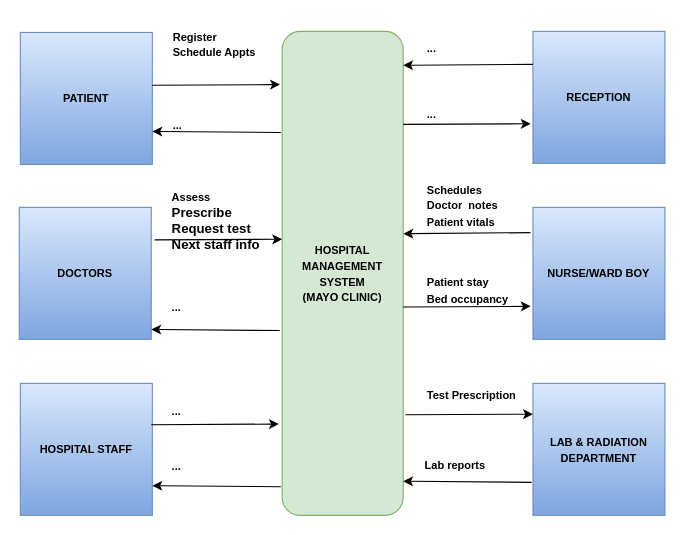
The draw.io diagram page "Context Diagram" (2 of 7) of HMS.drawio in ysebega/ysebega, before the edit. Source tidied: cells renumbered, new cells numbered last; positions are measured from the earlier drawing's top-left corner, leaving out a move shared by most shapes. Both pictures are drawn from the tidied source at 110%, with x=0, y=0 at pixel (19, 19).
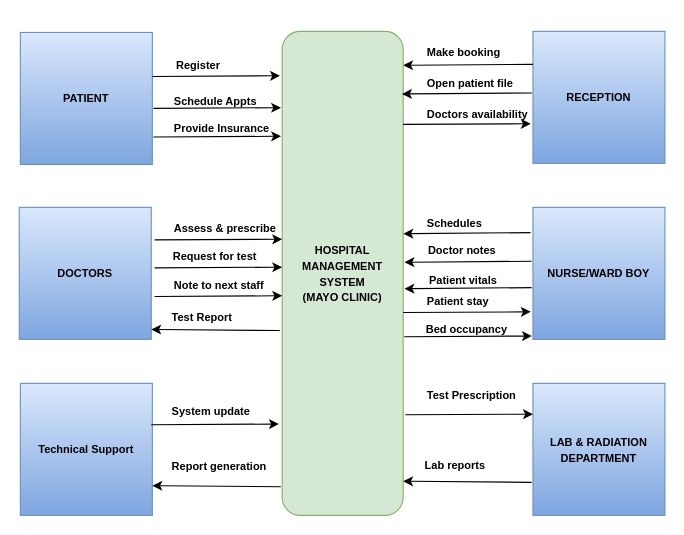
Above is the later version.

Unchanged cells that the change refers to:
```xml
<mxCell id="2" value="&lt;b&gt;&lt;font style=&quot;font-size: 10px;&quot;&gt;PATIENT&lt;/font&gt;&lt;/b&gt;" style="whiteSpace=wrap;html=1;fillColor=#dae8fc;strokeColor=#6c8ebf;gradientColor=#7EA6E0;" parent="1" vertex="1">
  <mxGeometry x="1" y="12" width="120" height="120" as="geometry" />
</mxCell>
<mxCell id="3" value="&lt;span style=&quot;font-size: 10px;&quot;&gt;&lt;b&gt;HOSPITAL&lt;br&gt;MANAGEMENT&lt;br&gt;SYSTEM&lt;br&gt;(MAYO CLINIC)&lt;br&gt;&lt;/b&gt;&lt;/span&gt;" style="rounded=1;whiteSpace=wrap;html=1;fillColor=#d5e8d4;strokeColor=#82b366;fillStyle=auto;" parent="1" vertex="1">
  <mxGeometry x="239" y="11" width="110" height="440" as="geometry" />
</mxCell>
```

Diff of the diagram source:
```diff
@@
     <mxCell id="6" style="endArrow=classic;html=1;rounded=0;exitX=1;exitY=0.25;exitDx=0;exitDy=0;entryX=-0.018;entryY=0.069;entryDx=0;entryDy=0;entryPerimeter=0;" parent="1" edge="1">
       <mxGeometry relative="1" as="geometry">
-        <mxPoint x="121" y="60" as="sourcePoint" />
-        <mxPoint x="237" y="59.4" as="targetPoint" />
+        <mxPoint x="121" y="52" as="sourcePoint" />
+        <mxPoint x="237" y="51.4" as="targetPoint" />
       </mxGeometry>
     </mxCell>
-    <mxCell id="7" style="endArrow=classic;html=1;rounded=0;exitX=-0.011;exitY=0.209;exitDx=0;exitDy=0;entryX=1;entryY=0.75;entryDx=0;entryDy=0;exitPerimeter=0;" parent="1" edge="1" source="3" target="2">
-      <mxGeometry relative="1" as="geometry" />
-    </mxCell>
-    <mxCell id="8" value="&lt;b&gt;&lt;font style=&quot;font-size: 10px;&quot;&gt;HOSPITAL STAFF&lt;/font&gt;&lt;/b&gt;" style="whiteSpace=wrap;html=1;fillColor=#dae8fc;strokeColor=#6c8ebf;gradientColor=#7ea6e0;" parent="1" vertex="1">
+    <mxCell id="8" value="&lt;b&gt;&lt;font style=&quot;font-size: 10px;&quot;&gt;Technical Support&lt;/font&gt;&lt;/b&gt;" style="whiteSpace=wrap;html=1;fillColor=#dae8fc;strokeColor=#6c8ebf;gradientColor=#7ea6e0;" parent="1" vertex="1">
       <mxGeometry x="1" y="331" width="120" height="120" as="geometry" />
     </mxCell>
@@
-    <mxCell id="10" value="&lt;font style=&quot;font-size: 10px;&quot;&gt;Register&lt;br&gt;Schedule Appts&lt;br&gt;&lt;br&gt;&lt;/font&gt;" style="text;html=1;strokeColor=none;fillColor=none;align=left;verticalAlign=middle;whiteSpace=wrap;rounded=0;fontStyle=1;" parent="1" vertex="1">
-      <mxGeometry x="138" width="90" height="60" as="geometry" />
+    <mxCell id="10" value="&lt;font style=&quot;font-size: 10px;&quot;&gt;Register&lt;br&gt;&lt;/font&gt;" style="text;html=1;strokeColor=none;fillColor=none;align=left;verticalAlign=middle;whiteSpace=wrap;rounded=0;fontStyle=1;" parent="1" vertex="1">
+      <mxGeometry x="141" y="32" width="90" height="20" as="geometry" />
     </mxCell>
-    <mxCell id="11" value="&lt;span style=&quot;font-size: 10px;&quot;&gt;...&lt;/span&gt;" style="text;html=1;strokeColor=none;fillColor=none;align=left;verticalAlign=middle;whiteSpace=wrap;rounded=0;fontStyle=1;" parent="1" vertex="1">
-      <mxGeometry x="138" y="81" width="90" height="29" as="geometry" />
-    </mxCell>
@@
     <mxCell id="18" style="endArrow=classic;html=1;rounded=0;exitX=1;exitY=0.25;exitDx=0;exitDy=0;entryX=-0.018;entryY=0.069;entryDx=0;entryDy=0;entryPerimeter=0;" parent="1" edge="1">
       <mxGeometry relative="1" as="geometry">
-        <mxPoint x="349" y="261.6" as="sourcePoint" />
-        <mxPoint x="465" y="261" as="targetPoint" />
+        <mxPoint x="349" y="266.6" as="sourcePoint" />
+        <mxPoint x="465" y="266" as="targetPoint" />
       </mxGeometry>
     </mxCell>
@@
-    <mxCell id="20" value="&lt;span style=&quot;font-size: 10px;&quot;&gt;Assess&lt;br&gt;&lt;/span&gt;Prescribe&lt;br&gt;Request test&lt;br&gt;Next staff info&lt;br&gt;" style="text;html=1;strokeColor=none;fillColor=none;align=left;verticalAlign=middle;whiteSpace=wrap;rounded=0;fontStyle=1;" parent="1" vertex="1">
-      <mxGeometry x="137" y="168" width="90" height="29" as="geometry" />
-    </mxCell>
-    <mxCell id="21" value="&lt;span style=&quot;font-size: 10px;&quot;&gt;...&lt;br&gt;&lt;/span&gt;" style="text;html=1;strokeColor=none;fillColor=none;align=left;verticalAlign=middle;whiteSpace=wrap;rounded=0;fontStyle=1;" parent="1" vertex="1">
-      <mxGeometry x="137" y="242" width="102" height="39" as="geometry" />
+    <mxCell id="21" value="&lt;span style=&quot;font-size: 10px;&quot;&gt;Test Report&lt;br&gt;&lt;/span&gt;" style="text;html=1;strokeColor=none;fillColor=none;align=left;verticalAlign=middle;whiteSpace=wrap;rounded=0;fontStyle=1;" parent="1" vertex="1">
+      <mxGeometry x="137" y="260" width="102" height="21" as="geometry" />
     </mxCell>
-    <mxCell id="22" value="&lt;span style=&quot;font-size: 10px;&quot;&gt;...&lt;/span&gt;" style="text;html=1;strokeColor=none;fillColor=none;align=left;verticalAlign=middle;whiteSpace=wrap;rounded=0;fontStyle=1;" parent="1" vertex="1">
+    <mxCell id="22" value="&lt;span style=&quot;font-size: 10px;&quot;&gt;System update&lt;/span&gt;" style="text;html=1;strokeColor=none;fillColor=none;align=left;verticalAlign=middle;whiteSpace=wrap;rounded=0;fontStyle=1;" parent="1" vertex="1">
       <mxGeometry x="137" y="341" width="90" height="29" as="geometry" />
     </mxCell>
-    <mxCell id="23" value="&lt;span style=&quot;font-size: 10px;&quot;&gt;...&lt;/span&gt;" style="text;html=1;strokeColor=none;fillColor=none;align=left;verticalAlign=middle;whiteSpace=wrap;rounded=0;fontStyle=1;" parent="1" vertex="1">
+    <mxCell id="23" value="&lt;span style=&quot;font-size: 10px;&quot;&gt;Report generation&lt;/span&gt;" style="text;html=1;strokeColor=none;fillColor=none;align=left;verticalAlign=middle;whiteSpace=wrap;rounded=0;fontStyle=1;" parent="1" vertex="1">
       <mxGeometry x="137" y="391" width="90" height="29" as="geometry" />
     </mxCell>
-    <mxCell id="24" value="&lt;span style=&quot;font-size: 10px;&quot;&gt;...&lt;/span&gt;" style="text;html=1;strokeColor=none;fillColor=none;align=left;verticalAlign=middle;whiteSpace=wrap;rounded=0;fontStyle=1;" parent="1" vertex="1">
-      <mxGeometry x="369" y="11" width="90" height="29" as="geometry" />
+    <mxCell id="24" value="&lt;span style=&quot;font-size: 10px;&quot;&gt;Make booking&lt;/span&gt;" style="text;html=1;strokeColor=none;fillColor=none;align=left;verticalAlign=middle;whiteSpace=wrap;rounded=0;fontStyle=1;" parent="1" vertex="1">
+      <mxGeometry x="369" y="15" width="90" height="29" as="geometry" />
     </mxCell>
-    <mxCell id="25" value="&lt;span style=&quot;font-size: 10px;&quot;&gt;...&lt;/span&gt;" style="text;html=1;strokeColor=none;fillColor=none;align=left;verticalAlign=middle;whiteSpace=wrap;rounded=0;fontStyle=1;" parent="1" vertex="1">
-      <mxGeometry x="369" y="71" width="90" height="29" as="geometry" />
+    <mxCell id="25" value="&lt;span style=&quot;font-size: 10px;&quot;&gt;Doctors availability&lt;/span&gt;" style="text;html=1;strokeColor=none;fillColor=none;align=left;verticalAlign=middle;whiteSpace=wrap;rounded=0;fontStyle=1;" parent="1" vertex="1">
+      <mxGeometry x="369" y="71" width="100" height="29" as="geometry" />
     </mxCell>
-    <mxCell id="26" value="&lt;span style=&quot;font-size: 10px;&quot;&gt;Schedules&lt;br&gt;Doctor&amp;nbsp; notes&lt;br&gt;Patient vitals&lt;br&gt;&lt;br&gt;&lt;/span&gt;" style="text;html=1;strokeColor=none;fillColor=none;align=left;verticalAlign=middle;whiteSpace=wrap;rounded=0;fontStyle=1;" parent="1" vertex="1">
-      <mxGeometry x="369" y="151" width="90" height="49" as="geometry" />
-    </mxCell>
-    <mxCell id="27" value="&lt;span style=&quot;font-size: 10px;&quot;&gt;Patient stay&lt;br&gt;Bed occupancy&lt;br&gt;&lt;/span&gt;" style="text;html=1;strokeColor=none;fillColor=none;align=left;verticalAlign=middle;whiteSpace=wrap;rounded=0;fontStyle=1;" parent="1" vertex="1">
-      <mxGeometry x="369" y="231" width="90" height="29" as="geometry" />
+    <mxCell id="27" value="&lt;span style=&quot;font-size: 10px;&quot;&gt;Patient stay&lt;br&gt;&lt;/span&gt;" style="text;html=1;strokeColor=none;fillColor=none;align=left;verticalAlign=middle;whiteSpace=wrap;rounded=0;fontStyle=1;" parent="1" vertex="1">
+      <mxGeometry x="369" y="241" width="90" height="29" as="geometry" />
     </mxCell>
@@
+    <mxCell id="33" style="endArrow=classic;html=1;rounded=0;exitX=1;exitY=0.25;exitDx=0;exitDy=0;entryX=-0.018;entryY=0.069;entryDx=0;entryDy=0;entryPerimeter=0;" parent="1" edge="1">
+      <mxGeometry relative="1" as="geometry">
+        <mxPoint x="122" y="81" as="sourcePoint" />
+        <mxPoint x="238" y="80.4" as="targetPoint" />
+      </mxGeometry>
+    </mxCell>
+    <mxCell id="34" style="endArrow=classic;html=1;rounded=0;exitX=1;exitY=0.25;exitDx=0;exitDy=0;entryX=-0.018;entryY=0.069;entryDx=0;entryDy=0;entryPerimeter=0;" parent="1" edge="1">
+      <mxGeometry relative="1" as="geometry">
+        <mxPoint x="122" y="107" as="sourcePoint" />
+        <mxPoint x="238" y="106.4" as="targetPoint" />
+      </mxGeometry>
+    </mxCell>
+    <mxCell id="35" value="&lt;font style=&quot;font-size: 10px;&quot;&gt;Schedule Appts&lt;br&gt;&lt;/font&gt;" style="text;html=1;strokeColor=none;fillColor=none;align=left;verticalAlign=middle;whiteSpace=wrap;rounded=0;fontStyle=1;" parent="1" vertex="1">
+      <mxGeometry x="139" y="52" width="90" height="44" as="geometry" />
+    </mxCell>
+    <mxCell id="36" value="&lt;font style=&quot;font-size: 10px;&quot;&gt;Provide Insurance&lt;br&gt;&lt;/font&gt;" style="text;html=1;strokeColor=none;fillColor=none;align=left;verticalAlign=middle;whiteSpace=wrap;rounded=0;fontStyle=1;" parent="1" vertex="1">
+      <mxGeometry x="139" y="82" width="90" height="33" as="geometry" />
+    </mxCell>
+    <mxCell id="37" style="endArrow=classic;html=1;rounded=0;exitX=1;exitY=0.25;exitDx=0;exitDy=0;entryX=-0.018;entryY=0.069;entryDx=0;entryDy=0;entryPerimeter=0;" parent="1" edge="1">
+      <mxGeometry relative="1" as="geometry">
+        <mxPoint x="123" y="226" as="sourcePoint" />
+        <mxPoint x="239" y="225.4" as="targetPoint" />
+      </mxGeometry>
+    </mxCell>
+    <mxCell id="38" style="endArrow=classic;html=1;rounded=0;exitX=1;exitY=0.25;exitDx=0;exitDy=0;entryX=-0.018;entryY=0.069;entryDx=0;entryDy=0;entryPerimeter=0;" parent="1" edge="1">
+      <mxGeometry relative="1" as="geometry">
+        <mxPoint x="123" y="252" as="sourcePoint" />
+        <mxPoint x="239" y="251.4" as="targetPoint" />
+      </mxGeometry>
+    </mxCell>
+    <mxCell id="39" value="&lt;font style=&quot;font-size: 10px;&quot;&gt;Assess &amp;amp; prescribe&lt;br&gt;&lt;/font&gt;" style="text;html=1;strokeColor=none;fillColor=none;align=left;verticalAlign=middle;whiteSpace=wrap;rounded=0;fontStyle=1;" parent="1" vertex="1">
+      <mxGeometry x="139" y="180" width="100" height="20" as="geometry" />
+    </mxCell>
+    <mxCell id="40" value="&lt;font style=&quot;font-size: 10px;&quot;&gt;Request for test&lt;br&gt;&lt;/font&gt;" style="text;html=1;strokeColor=none;fillColor=none;align=left;verticalAlign=middle;whiteSpace=wrap;rounded=0;fontStyle=1;" parent="1" vertex="1">
+      <mxGeometry x="138" y="205" width="90" height="20" as="geometry" />
+    </mxCell>
+    <mxCell id="41" value="&lt;font style=&quot;font-size: 10px;&quot;&gt;Note to next staff&lt;br&gt;&lt;/font&gt;" style="text;html=1;strokeColor=none;fillColor=none;align=left;verticalAlign=middle;whiteSpace=wrap;rounded=0;fontStyle=1;" parent="1" vertex="1">
+      <mxGeometry x="139" y="232" width="90" height="20" as="geometry" />
+    </mxCell>
+    <mxCell id="42" style="endArrow=classic;html=1;rounded=0;fontSize=10;entryX=1.029;entryY=0.418;entryDx=0;entryDy=0;entryPerimeter=0;exitX=0;exitY=0.25;exitDx=0;exitDy=0;" parent="1" edge="1">
+      <mxGeometry relative="1" as="geometry">
+        <mxPoint x="466" y="67" as="sourcePoint" />
+        <mxPoint x="348" y="67.9" as="targetPoint" />
+      </mxGeometry>
+    </mxCell>
+    <mxCell id="43" value="&lt;span style=&quot;font-size: 10px;&quot;&gt;Open patient file&lt;/span&gt;" style="text;html=1;strokeColor=none;fillColor=none;align=left;verticalAlign=middle;whiteSpace=wrap;rounded=0;fontStyle=1;" parent="1" vertex="1">
+      <mxGeometry x="369" y="43" width="90" height="29" as="geometry" />
+    </mxCell>
+    <mxCell id="44" style="endArrow=classic;html=1;rounded=0;fontSize=10;entryX=1.029;entryY=0.418;entryDx=0;entryDy=0;entryPerimeter=0;exitX=0.007;exitY=0.192;exitDx=0;exitDy=0;exitPerimeter=0;" parent="1" edge="1">
+      <mxGeometry relative="1" as="geometry">
+        <mxPoint x="465.8" y="220" as="sourcePoint" />
+        <mxPoint x="350.2" y="220.9" as="targetPoint" />
+      </mxGeometry>
+    </mxCell>
+    <mxCell id="45" value="&lt;span style=&quot;font-size: 10px;&quot;&gt;Schedules&lt;/span&gt;" style="text;html=1;strokeColor=none;fillColor=none;align=left;verticalAlign=middle;whiteSpace=wrap;rounded=0;fontStyle=1;" parent="1" vertex="1">
+      <mxGeometry x="369" y="170" width="100" height="29" as="geometry" />
+    </mxCell>
+    <mxCell id="46" value="&lt;span style=&quot;font-size: 10px;&quot;&gt;Doctor notes&lt;/span&gt;" style="text;html=1;strokeColor=none;fillColor=none;align=left;verticalAlign=middle;whiteSpace=wrap;rounded=0;fontStyle=1;" parent="1" vertex="1">
+      <mxGeometry x="370" y="195" width="100" height="29" as="geometry" />
+    </mxCell>
+    <mxCell id="47" style="endArrow=classic;html=1;rounded=0;fontSize=10;entryX=1.029;entryY=0.418;entryDx=0;entryDy=0;entryPerimeter=0;exitX=0.007;exitY=0.192;exitDx=0;exitDy=0;exitPerimeter=0;" parent="1" edge="1">
+      <mxGeometry relative="1" as="geometry">
+        <mxPoint x="465.8" y="244" as="sourcePoint" />
+        <mxPoint x="350.2" y="244.9" as="targetPoint" />
+      </mxGeometry>
+    </mxCell>
+    <mxCell id="48" value="&lt;span style=&quot;font-size: 10px;&quot;&gt;Patient vitals&lt;/span&gt;" style="text;html=1;strokeColor=none;fillColor=none;align=left;verticalAlign=middle;whiteSpace=wrap;rounded=0;fontStyle=1;" parent="1" vertex="1">
+      <mxGeometry x="371" y="222" width="100" height="29" as="geometry" />
+    </mxCell>
+    <mxCell id="49" value="&lt;span style=&quot;font-size: 10px;&quot;&gt;Bed occupancy&lt;br&gt;&lt;/span&gt;" style="text;html=1;strokeColor=none;fillColor=none;align=left;verticalAlign=middle;whiteSpace=wrap;rounded=0;fontStyle=1;" parent="1" vertex="1">
+      <mxGeometry x="368" y="267" width="90" height="29" as="geometry" />
+    </mxCell>
+    <mxCell id="50" style="endArrow=classic;html=1;rounded=0;exitX=1;exitY=0.25;exitDx=0;exitDy=0;entryX=-0.018;entryY=0.069;entryDx=0;entryDy=0;entryPerimeter=0;" parent="1" edge="1">
+      <mxGeometry relative="1" as="geometry">
+        <mxPoint x="350" y="288.6" as="sourcePoint" />
+        <mxPoint x="466" y="288" as="targetPoint" />
+      </mxGeometry>
+    </mxCell>
```
